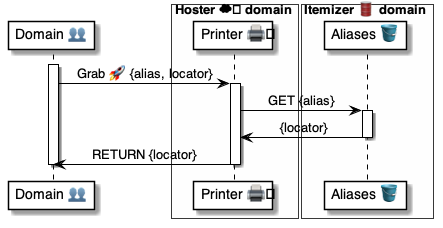
Above: 4 ⚙️ Solution/45 🤲 Helper domains/Printers 🖨️/🖨️🅰️ Printer methods/Grab 👥🚀🖨️/🖨️ Grab ⚙️ uml.png in pollyweb-org/pollyweb-docs (PlantUML), before the change. Its source is kept beside it as 4 ⚙️ Solution/45 🤲 Helper domains/Printers 🖨️/🖨️🅰️ Printer methods/Grab 👥🚀🖨️/🖨️ Grab ⚙️ uml.puml. Its diagram source:
```plantuml
@startuml Grab@Printer


participant "Domain 👥" as domain

box Hoster ☁️ domain #FFFFFA
    participant "Printer 🖨️" as printer
end box

box Itemizer 🛢 domain #FFFFFA
    participant "Aliases 🪣" as aliases
end box

activate domain
domain -> printer: Grab 🚀 {alias, locator}
activate printer
    printer -> aliases: GET {alias}

    activate aliases
        aliases -> printer: {locator}
    deactivate aliases

    printer -> domain: RETURN {locator}
deactivate printer
deactivate domain

@enduml
```
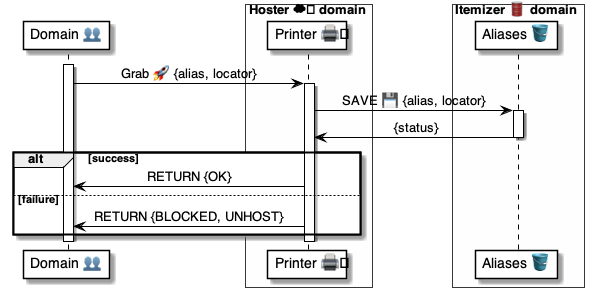
After the change.

What changed in the source:
```diff
@@ -14,13 +14,18 @@
 activate domain
 domain -> printer: Grab 🚀 {alias, locator}
 activate printer
-    printer -> aliases: GET {alias}
+    printer -> aliases: SAVE 💾 {alias, locator}
 
     activate aliases
-        aliases -> printer: {locator}
+        aliases -> printer: {status}
     deactivate aliases
 
-    printer -> domain: RETURN {locator}
+    alt success
+        printer -> domain: RETURN {OK}
+    else failure
+        printer -> domain: RETURN {BLOCKED, UNHOST}
+    end
+
 deactivate printer
 deactivate domain
 
```
